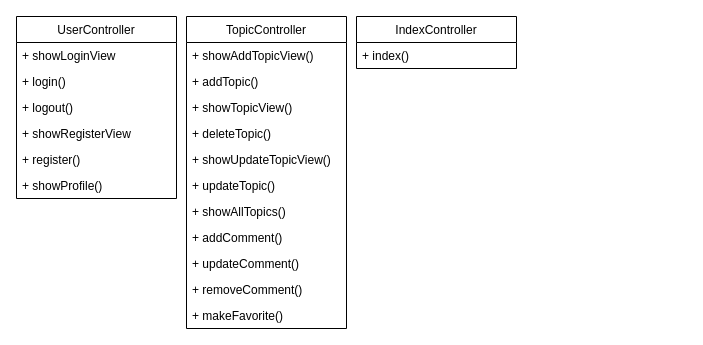
ThePension/AWb-g3-ForMax keeps this draw.io diagram as doc/conception/controlleurs_class_diagram.drawio. Above is the earlier version. Source tidied: cells renumbered, new cells numbered last; positions are measured from the earlier drawing's top-left corner, leaving out a move shared by most shapes. Both pictures are drawn from the tidied source at 100%, with x=0, y=0 at pixel (16, 16).
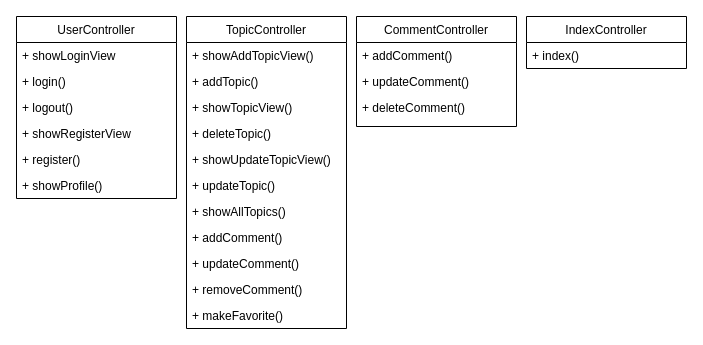
The same diagram, later.

Commit message (it also covers changes not shown here):
Adding routes schemas + Updating controllers class diagram

Diff of the diagram source:
```diff
@@
     <mxCell id="9" value="IndexController" style="swimlane;fontStyle=0;align=center;verticalAlign=top;horizontal=1;startSize=26;rounded=0;shadow=0;strokeWidth=1;" parent="1" vertex="1">
-      <mxGeometry x="340" width="160" height="52" as="geometry" />
+      <mxGeometry x="510" width="160" height="52" as="geometry" />
     </mxCell>
@@
+    <mxCell id="23" value="CommentController" style="swimlane;fontStyle=0;align=center;verticalAlign=top;horizontal=1;startSize=26;rounded=0;shadow=0;strokeWidth=1;" parent="1" vertex="1">
+      <mxGeometry x="340" width="160" height="110" as="geometry" />
+    </mxCell>
+    <mxCell id="24" value="+ addComment()" style="text;align=left;verticalAlign=top;spacingLeft=4;spacingRight=4;overflow=hidden;" parent="23" vertex="1">
+      <mxGeometry y="26" width="160" height="26" as="geometry" />
+    </mxCell>
+    <mxCell id="25" value="+ updateComment()" style="text;align=left;verticalAlign=top;spacingLeft=4;spacingRight=4;overflow=hidden;rounded=0;shadow=0;html=0;" parent="23" vertex="1">
+      <mxGeometry y="52" width="160" height="26" as="geometry" />
+    </mxCell>
+    <mxCell id="26" value="+ deleteComment()" style="text;align=left;verticalAlign=top;spacingLeft=4;spacingRight=4;overflow=hidden;rounded=0;shadow=0;html=0;" parent="23" vertex="1">
+      <mxGeometry y="78" width="160" height="26" as="geometry" />
+    </mxCell>
```
